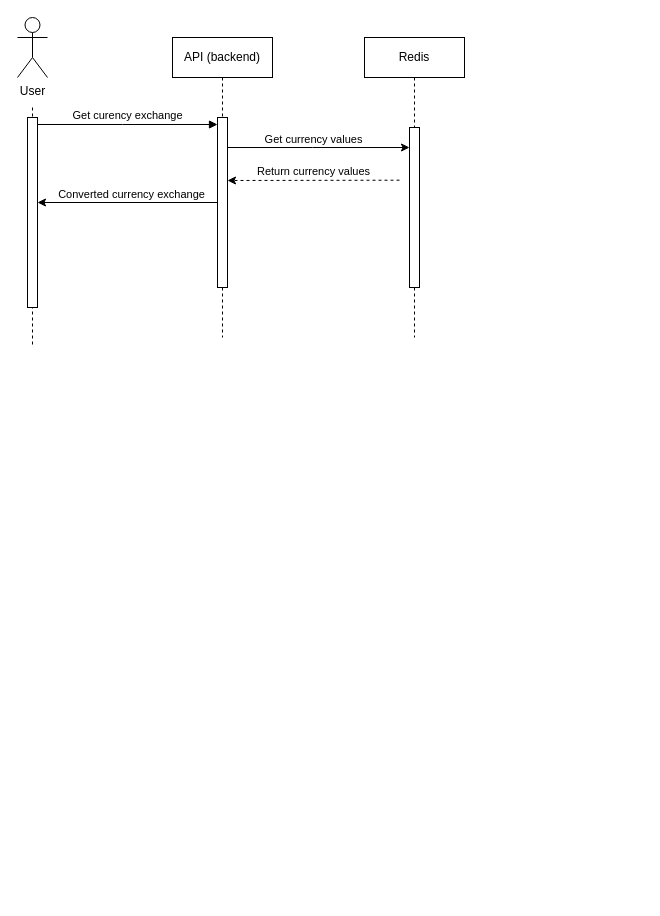
Before: docs/Sequence-API.drawio in hurbcom/challenge-bravo, a draw.io diagram. Source tidied: cells renumbered, new cells numbered last; positions are measured from the earlier drawing's top-left corner, leaving out a move shared by most shapes. Both pictures are drawn from the tidied source at 100%, with x=0, y=0 at pixel (17, 17).
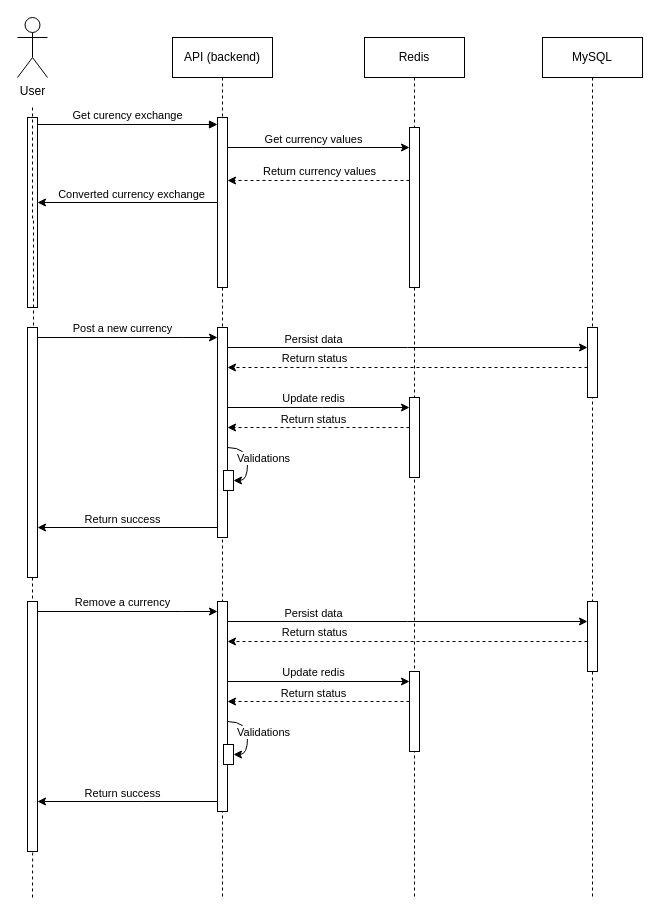
After the change.

Commit message (it also covers changes not shown here):
Atualizando diagrama de sequencia da API

The change refers to these unchanged cells:
```xml
<mxCell id="6" style="html=1;points=[];perimeter=orthogonalPerimeter;outlineConnect=0;targetShapes=umlLifeline;portConstraint=eastwest;newEdgeStyle={&quot;edgeStyle&quot;:&quot;elbowEdgeStyle&quot;,&quot;elbow&quot;:&quot;vertical&quot;,&quot;curved&quot;:0,&quot;rounded&quot;:0};" parent="5" vertex="1">
  <mxGeometry x="45" y="90" width="10" height="160" as="geometry" />
</mxCell>
```

Change to the diagram source:
```diff
@@
     <mxCell id="2" value="API (backend)" style="shape=umlLifeline;perimeter=lifelinePerimeter;whiteSpace=wrap;html=1;newEdgeStyle={&quot;edgeStyle&quot;:&quot;elbowEdgeStyle&quot;,&quot;elbow&quot;:&quot;vertical&quot;,&quot;curved&quot;:0,&quot;rounded&quot;:0};" parent="1" vertex="1">
-      <mxGeometry x="155" y="20" width="100" height="300" as="geometry" />
+      <mxGeometry x="155" y="20" width="100" height="860" as="geometry" />
     </mxCell>
@@
+    <mxCell id="16" style="edgeStyle=orthogonalEdgeStyle;rounded=0;jettySize=auto;html=1;elbow=vertical;curved=1;" parent="2" edge="1" source="18" target="19">
+      <mxGeometry relative="1" as="geometry">
+        <Array as="points">
+          <mxPoint x="75" y="410" />
+          <mxPoint x="75" y="443" />
+        </Array>
+      </mxGeometry>
+    </mxCell>
+    <mxCell id="17" value="Validations" style="edgeLabel;html=1;align=center;verticalAlign=middle;" parent="16" vertex="1">
+      <mxGeometry x="-0.17" relative="1" as="geometry">
+        <mxPoint x="15" y="2" as="offset" />
+      </mxGeometry>
+    </mxCell>
+    <mxCell id="18" style="html=1;points=[];perimeter=orthogonalPerimeter;outlineConnect=0;targetShapes=umlLifeline;portConstraint=eastwest;newEdgeStyle={&quot;edgeStyle&quot;:&quot;elbowEdgeStyle&quot;,&quot;elbow&quot;:&quot;vertical&quot;,&quot;curved&quot;:0,&quot;rounded&quot;:0};" parent="2" vertex="1">
+      <mxGeometry x="45" y="290" width="10" height="210" as="geometry" />
+    </mxCell>
+    <mxCell id="19" style="html=1;points=[];perimeter=orthogonalPerimeter;outlineConnect=0;targetShapes=umlLifeline;portConstraint=eastwest;newEdgeStyle={&quot;edgeStyle&quot;:&quot;elbowEdgeStyle&quot;,&quot;elbow&quot;:&quot;vertical&quot;,&quot;curved&quot;:0,&quot;rounded&quot;:0};" parent="2" vertex="1">
+      <mxGeometry x="51" y="433" width="10" height="20" as="geometry" />
+    </mxCell>
@@
     <mxCell id="5" value="Redis" style="shape=umlLifeline;perimeter=lifelinePerimeter;whiteSpace=wrap;html=1;newEdgeStyle={&quot;edgeStyle&quot;:&quot;elbowEdgeStyle&quot;,&quot;elbow&quot;:&quot;vertical&quot;,&quot;curved&quot;:0,&quot;rounded&quot;:0};" parent="1" vertex="1">
-      <mxGeometry x="347" y="20" width="100" height="300" as="geometry" />
+      <mxGeometry x="347" y="20" width="100" height="860" as="geometry" />
     </mxCell>
@@
+    <mxCell id="20" style="html=1;points=[];perimeter=orthogonalPerimeter;outlineConnect=0;targetShapes=umlLifeline;portConstraint=eastwest;newEdgeStyle={&quot;edgeStyle&quot;:&quot;elbowEdgeStyle&quot;,&quot;elbow&quot;:&quot;vertical&quot;,&quot;curved&quot;:0,&quot;rounded&quot;:0};" parent="5" vertex="1">
+      <mxGeometry x="45" y="360" width="10" height="80" as="geometry" />
+    </mxCell>
@@
-    <mxCell id="9" style="edgeStyle=elbowEdgeStyle;rounded=0;orthogonalLoop=1;jettySize=auto;html=1;elbow=vertical;curved=0;dashed=1;" parent="1" edge="1">
+    <mxCell id="9" style="edgeStyle=elbowEdgeStyle;rounded=0;jettySize=auto;html=1;elbow=vertical;curved=0;dashed=1;" parent="1" edge="1" source="6">
       <mxGeometry relative="1" as="geometry">
-        <mxPoint x="382" y="162.7" as="sourcePoint" />
         <mxPoint x="210" y="162.7" as="targetPoint" />
       </mxGeometry>
     </mxCell>
@@
-    <mxCell id="13" style="edgeStyle=orthogonalEdgeStyle;rounded=0;orthogonalLoop=1;jettySize=auto;html=1;dashed=1;endArrow=none;endFill=0;" parent="1" edge="1">
+    <mxCell id="13" style="edgeStyle=orthogonalEdgeStyle;rounded=0;jettySize=auto;html=1;dashed=1;endArrow=none;endFill=0;" parent="1" edge="1" source="26">
       <mxGeometry relative="1" as="geometry">
-        <mxPoint x="15" y="90" as="sourcePoint" />
-        <mxPoint x="15" y="330" as="targetPoint" />
+        <mxPoint x="15" y="880" as="targetPoint" />
+        <Array as="points">
+          <mxPoint x="15" y="600" />
+          <mxPoint x="16" y="600" />
+        </Array>
       </mxGeometry>
     </mxCell>
@@
+    <mxCell id="21" value="MySQL" style="shape=umlLifeline;perimeter=lifelinePerimeter;whiteSpace=wrap;html=1;newEdgeStyle={&quot;edgeStyle&quot;:&quot;elbowEdgeStyle&quot;,&quot;elbow&quot;:&quot;vertical&quot;,&quot;curved&quot;:0,&quot;rounded&quot;:0};" parent="1" vertex="1">
+      <mxGeometry x="525" y="20" width="100" height="860" as="geometry" />
+    </mxCell>
+    <mxCell id="22" style="html=1;points=[];perimeter=orthogonalPerimeter;outlineConnect=0;targetShapes=umlLifeline;portConstraint=eastwest;newEdgeStyle={&quot;edgeStyle&quot;:&quot;elbowEdgeStyle&quot;,&quot;elbow&quot;:&quot;vertical&quot;,&quot;curved&quot;:0,&quot;rounded&quot;:0};" parent="21" vertex="1">
+      <mxGeometry x="45" y="290" width="10" height="70" as="geometry" />
+    </mxCell>
+    <mxCell id="23" style="edgeStyle=orthogonalEdgeStyle;rounded=0;jettySize=auto;html=1;dashed=1;endArrow=none;endFill=0;" parent="1" edge="1" target="26">
+      <mxGeometry relative="1" as="geometry">
+        <mxPoint x="15" y="90" as="sourcePoint" />
+        <Array as="points">
+          <mxPoint x="15" y="201" />
+          <mxPoint x="16" y="201" />
+        </Array>
+      </mxGeometry>
+    </mxCell>
+    <mxCell id="24" style="edgeStyle=elbowEdgeStyle;rounded=0;jettySize=auto;html=1;elbow=vertical;curved=0;" parent="1" edge="1" source="26" target="18">
+      <mxGeometry relative="1" as="geometry">
+        <Array as="points">
+          <mxPoint x="165" y="320" />
+        </Array>
+      </mxGeometry>
+    </mxCell>
+    <mxCell id="25" value="Post a new currency" style="edgeLabel;html=1;align=center;verticalAlign=bottom;" parent="24" vertex="1">
+      <mxGeometry x="-0.65" y="1" relative="1" as="geometry">
+        <mxPoint x="53" as="offset" />
+      </mxGeometry>
+    </mxCell>
+    <mxCell id="26" style="html=1;points=[];perimeter=orthogonalPerimeter;outlineConnect=0;targetShapes=umlLifeline;portConstraint=eastwest;newEdgeStyle={&quot;edgeStyle&quot;:&quot;elbowEdgeStyle&quot;,&quot;elbow&quot;:&quot;vertical&quot;,&quot;curved&quot;:0,&quot;rounded&quot;:0};" parent="1" vertex="1">
+      <mxGeometry x="10" y="310" width="10" height="250" as="geometry" />
+    </mxCell>
+    <mxCell id="27" style="edgeStyle=elbowEdgeStyle;rounded=0;jettySize=auto;html=1;elbow=vertical;curved=0;" parent="1" edge="1" source="18" target="22">
+      <mxGeometry relative="1" as="geometry">
+        <Array as="points">
+          <mxPoint x="390" y="330" />
+        </Array>
+      </mxGeometry>
+    </mxCell>
+    <mxCell id="28" value="Persist data" style="edgeLabel;html=1;align=center;verticalAlign=bottom;" parent="27" vertex="1">
+      <mxGeometry x="-0.31" relative="1" as="geometry">
+        <mxPoint x="-39" as="offset" />
+      </mxGeometry>
+    </mxCell>
+    <mxCell id="29" style="edgeStyle=elbowEdgeStyle;rounded=0;jettySize=auto;html=1;elbow=vertical;curved=0;verticalAlign=bottom;dashed=1;" parent="1" edge="1" source="22" target="18">
+      <mxGeometry relative="1" as="geometry">
+        <Array as="points">
+          <mxPoint x="475" y="350" />
+          <mxPoint x="390" y="340" />
+        </Array>
+      </mxGeometry>
+    </mxCell>
+    <mxCell id="30" value="Return status" style="edgeLabel;html=1;align=center;verticalAlign=bottom;" parent="29" vertex="1">
+      <mxGeometry x="0.15" y="-1" relative="1" as="geometry">
+        <mxPoint x="-67" as="offset" />
+      </mxGeometry>
+    </mxCell>
+    <mxCell id="31" style="edgeStyle=elbowEdgeStyle;rounded=0;jettySize=auto;html=1;elbow=vertical;curved=0;" parent="1" edge="1" source="18" target="20">
+      <mxGeometry relative="1" as="geometry">
+        <Array as="points">
+          <mxPoint x="305" y="390" />
+        </Array>
+      </mxGeometry>
+    </mxCell>
+    <mxCell id="32" value="Update redis" style="edgeLabel;html=1;align=center;verticalAlign=bottom;" parent="31" vertex="1">
+      <mxGeometry x="-0.13" y="1" relative="1" as="geometry">
+        <mxPoint x="6" as="offset" />
+      </mxGeometry>
+    </mxCell>
+    <mxCell id="33" style="edgeStyle=elbowEdgeStyle;rounded=0;jettySize=auto;html=1;elbow=vertical;curved=0;dashed=1;" parent="1" edge="1" source="20" target="18">
+      <mxGeometry relative="1" as="geometry">
+        <Array as="points">
+          <mxPoint x="301" y="410" />
+        </Array>
+      </mxGeometry>
+    </mxCell>
+    <mxCell id="34" value="Return status" style="edgeLabel;html=1;align=center;verticalAlign=bottom;" parent="33" vertex="1">
+      <mxGeometry x="0.13" y="-2" relative="1" as="geometry">
+        <mxPoint x="6" y="2" as="offset" />
+      </mxGeometry>
+    </mxCell>
+    <mxCell id="35" style="edgeStyle=elbowEdgeStyle;rounded=0;jettySize=auto;html=1;elbow=vertical;curved=0;" parent="1" edge="1" source="18" target="26">
+      <mxGeometry relative="1" as="geometry">
+        <Array as="points">
+          <mxPoint x="125" y="510" />
+        </Array>
+      </mxGeometry>
+    </mxCell>
+    <mxCell id="36" value="Return success" style="edgeLabel;html=1;align=center;verticalAlign=bottom;" parent="35" vertex="1">
+      <mxGeometry x="0.07" relative="1" as="geometry" />
+    </mxCell>
+    <mxCell id="37" style="edgeStyle=orthogonalEdgeStyle;rounded=0;jettySize=auto;html=1;elbow=vertical;curved=1;" parent="1" edge="1" source="39" target="40">
+      <mxGeometry relative="1" as="geometry">
+        <Array as="points">
+          <mxPoint x="230" y="704" />
+          <mxPoint x="230" y="737" />
+        </Array>
+      </mxGeometry>
+    </mxCell>
+    <mxCell id="38" value="Validations" style="edgeLabel;html=1;align=center;verticalAlign=middle;" parent="37" vertex="1">
+      <mxGeometry x="-0.17" relative="1" as="geometry">
+        <mxPoint x="15" y="2" as="offset" />
+      </mxGeometry>
+    </mxCell>
+    <mxCell id="39" style="html=1;points=[];perimeter=orthogonalPerimeter;outlineConnect=0;targetShapes=umlLifeline;portConstraint=eastwest;newEdgeStyle={&quot;edgeStyle&quot;:&quot;elbowEdgeStyle&quot;,&quot;elbow&quot;:&quot;vertical&quot;,&quot;curved&quot;:0,&quot;rounded&quot;:0};" parent="1" vertex="1">
+      <mxGeometry x="200" y="584" width="10" height="210" as="geometry" />
+    </mxCell>
+    <mxCell id="40" style="html=1;points=[];perimeter=orthogonalPerimeter;outlineConnect=0;targetShapes=umlLifeline;portConstraint=eastwest;newEdgeStyle={&quot;edgeStyle&quot;:&quot;elbowEdgeStyle&quot;,&quot;elbow&quot;:&quot;vertical&quot;,&quot;curved&quot;:0,&quot;rounded&quot;:0};" parent="1" vertex="1">
+      <mxGeometry x="206" y="727" width="10" height="20" as="geometry" />
+    </mxCell>
+    <mxCell id="41" style="html=1;points=[];perimeter=orthogonalPerimeter;outlineConnect=0;targetShapes=umlLifeline;portConstraint=eastwest;newEdgeStyle={&quot;edgeStyle&quot;:&quot;elbowEdgeStyle&quot;,&quot;elbow&quot;:&quot;vertical&quot;,&quot;curved&quot;:0,&quot;rounded&quot;:0};" parent="1" vertex="1">
+      <mxGeometry x="392" y="654" width="10" height="80" as="geometry" />
+    </mxCell>
+    <mxCell id="42" style="html=1;points=[];perimeter=orthogonalPerimeter;outlineConnect=0;targetShapes=umlLifeline;portConstraint=eastwest;newEdgeStyle={&quot;edgeStyle&quot;:&quot;elbowEdgeStyle&quot;,&quot;elbow&quot;:&quot;vertical&quot;,&quot;curved&quot;:0,&quot;rounded&quot;:0};" parent="1" vertex="1">
+      <mxGeometry x="570" y="584" width="10" height="70" as="geometry" />
+    </mxCell>
+    <mxCell id="43" style="edgeStyle=elbowEdgeStyle;rounded=0;jettySize=auto;html=1;elbow=vertical;curved=0;" parent="1" edge="1" source="45" target="39">
+      <mxGeometry relative="1" as="geometry">
+        <Array as="points">
+          <mxPoint x="165" y="594" />
+        </Array>
+      </mxGeometry>
+    </mxCell>
+    <mxCell id="44" value="Remove a currency" style="edgeLabel;html=1;align=center;verticalAlign=bottom;" parent="43" vertex="1">
+      <mxGeometry x="-0.65" y="1" relative="1" as="geometry">
+        <mxPoint x="53" as="offset" />
+      </mxGeometry>
+    </mxCell>
+    <mxCell id="45" style="html=1;points=[];perimeter=orthogonalPerimeter;outlineConnect=0;targetShapes=umlLifeline;portConstraint=eastwest;newEdgeStyle={&quot;edgeStyle&quot;:&quot;elbowEdgeStyle&quot;,&quot;elbow&quot;:&quot;vertical&quot;,&quot;curved&quot;:0,&quot;rounded&quot;:0};" parent="1" vertex="1">
+      <mxGeometry x="10" y="584" width="10" height="250" as="geometry" />
+    </mxCell>
+    <mxCell id="46" style="edgeStyle=elbowEdgeStyle;rounded=0;jettySize=auto;html=1;elbow=vertical;curved=0;" parent="1" edge="1" source="39" target="42">
+      <mxGeometry relative="1" as="geometry">
+        <Array as="points">
+          <mxPoint x="390" y="604" />
+        </Array>
+      </mxGeometry>
+    </mxCell>
+    <mxCell id="47" value="Persist data" style="edgeLabel;html=1;align=center;verticalAlign=bottom;" parent="46" vertex="1">
+      <mxGeometry x="-0.31" relative="1" as="geometry">
+        <mxPoint x="-39" as="offset" />
+      </mxGeometry>
+    </mxCell>
+    <mxCell id="48" style="edgeStyle=elbowEdgeStyle;rounded=0;jettySize=auto;html=1;elbow=vertical;curved=0;verticalAlign=bottom;dashed=1;" parent="1" edge="1" source="42" target="39">
+      <mxGeometry relative="1" as="geometry">
+        <Array as="points">
+          <mxPoint x="475" y="624" />
+          <mxPoint x="390" y="614" />
+        </Array>
+      </mxGeometry>
+    </mxCell>
+    <mxCell id="49" value="Return status" style="edgeLabel;html=1;align=center;verticalAlign=bottom;" parent="48" vertex="1">
+      <mxGeometry x="0.15" y="-1" relative="1" as="geometry">
+        <mxPoint x="-67" as="offset" />
+      </mxGeometry>
+    </mxCell>
+    <mxCell id="50" style="edgeStyle=elbowEdgeStyle;rounded=0;jettySize=auto;html=1;elbow=vertical;curved=0;" parent="1" edge="1" source="39" target="41">
+      <mxGeometry relative="1" as="geometry">
+        <Array as="points">
+          <mxPoint x="305" y="664" />
+        </Array>
+      </mxGeometry>
+    </mxCell>
+    <mxCell id="51" value="Update redis" style="edgeLabel;html=1;align=center;verticalAlign=bottom;" parent="50" vertex="1">
+      <mxGeometry x="-0.13" y="1" relative="1" as="geometry">
+        <mxPoint x="6" as="offset" />
+      </mxGeometry>
+    </mxCell>
+    <mxCell id="52" style="edgeStyle=elbowEdgeStyle;rounded=0;jettySize=auto;html=1;elbow=vertical;curved=0;dashed=1;" parent="1" edge="1" source="41" target="39">
+      <mxGeometry relative="1" as="geometry">
+        <Array as="points">
+          <mxPoint x="301" y="684" />
+        </Array>
+      </mxGeometry>
+    </mxCell>
+    <mxCell id="53" value="Return status" style="edgeLabel;html=1;align=center;verticalAlign=bottom;" parent="52" vertex="1">
+      <mxGeometry x="0.13" y="-2" relative="1" as="geometry">
+        <mxPoint x="6" y="2" as="offset" />
+      </mxGeometry>
+    </mxCell>
+    <mxCell id="54" style="edgeStyle=elbowEdgeStyle;rounded=0;jettySize=auto;html=1;elbow=vertical;curved=0;" parent="1" edge="1" source="39" target="45">
+      <mxGeometry relative="1" as="geometry">
+        <Array as="points">
+          <mxPoint x="125" y="784" />
+        </Array>
+      </mxGeometry>
+    </mxCell>
+    <mxCell id="55" value="Return success" style="edgeLabel;html=1;align=center;verticalAlign=bottom;" parent="54" vertex="1">
+      <mxGeometry x="0.07" relative="1" as="geometry" />
+    </mxCell>
```
